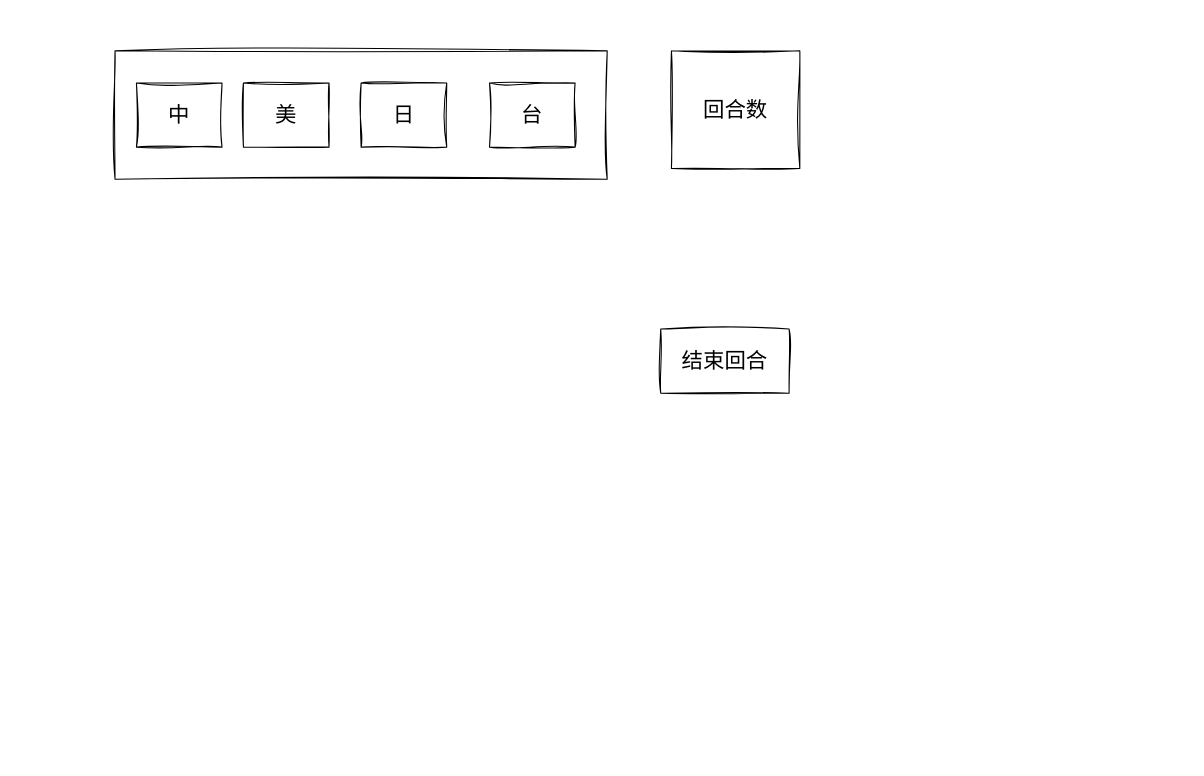
This is todo/board.drawio from hakureiR-eimu/mushiki, a draw.io file, before an edit. Source tidied: cells renumbered, new cells numbered last; positions are measured from the earlier drawing's top-left corner, leaving out a move shared by most shapes. Both pictures are drawn from the tidied source at 107%, with x=0, y=0 at pixel (114, 50).
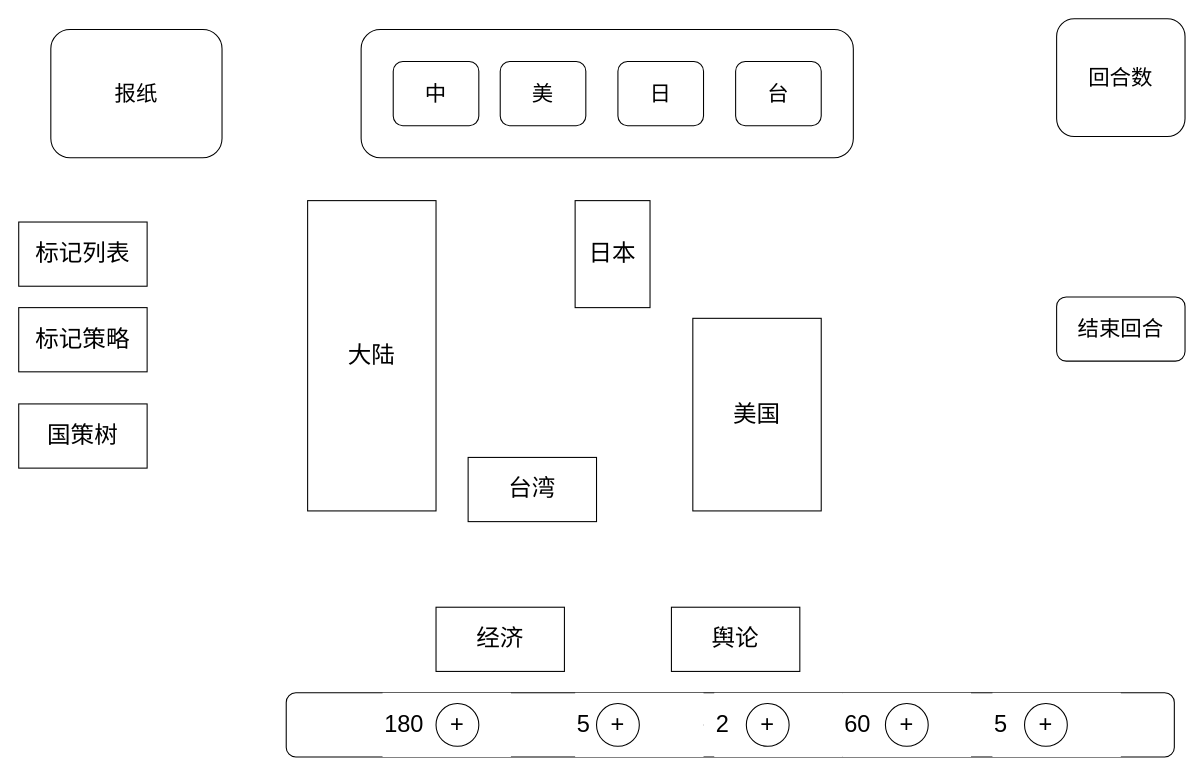
After the change.

What changed in the source:
```diff
@@
-    <mxCell id="2" style="rounded=0;whiteSpace=wrap;html=1;sketch=1;hachureGap=4;jiggle=2;curveFitting=1;fontFamily=Architects Daughter;fontSize=20;" parent="1" vertex="1">
-      <mxGeometry width="460" height="120" as="geometry" />
+    <mxCell id="2" style="rounded=1;whiteSpace=wrap;html=1;hachureGap=4;fontFamily=Architects Daughter;fontSize=20;" parent="1" vertex="1">
+      <mxGeometry x="230" y="-20" width="460" height="120" as="geometry" />
     </mxCell>
-    <mxCell id="3" value="中" style="rounded=0;whiteSpace=wrap;html=1;sketch=1;hachureGap=4;jiggle=2;curveFitting=1;fontFamily=Architects Daughter;fontSize=20;" parent="1" vertex="1">
-      <mxGeometry x="20" y="30" width="80" height="60" as="geometry" />
+    <mxCell id="3" value="中" style="rounded=1;whiteSpace=wrap;html=1;hachureGap=4;fontFamily=Architects Daughter;fontSize=20;" parent="1" vertex="1">
+      <mxGeometry x="260" y="10" width="80" height="60" as="geometry" />
     </mxCell>
-    <mxCell id="4" value="美" style="rounded=0;whiteSpace=wrap;html=1;sketch=1;hachureGap=4;jiggle=2;curveFitting=1;fontFamily=Architects Daughter;fontSize=20;" parent="1" vertex="1">
-      <mxGeometry x="120" y="30" width="80" height="60" as="geometry" />
+    <mxCell id="4" value="美" style="rounded=1;whiteSpace=wrap;html=1;hachureGap=4;fontFamily=Architects Daughter;fontSize=20;" parent="1" vertex="1">
+      <mxGeometry x="360" y="10" width="80" height="60" as="geometry" />
     </mxCell>
-    <mxCell id="5" value="日" style="rounded=0;whiteSpace=wrap;html=1;sketch=1;hachureGap=4;jiggle=2;curveFitting=1;fontFamily=Architects Daughter;fontSize=20;" parent="1" vertex="1">
-      <mxGeometry x="230" y="30" width="80" height="60" as="geometry" />
+    <mxCell id="5" value="日" style="rounded=1;whiteSpace=wrap;html=1;hachureGap=4;fontFamily=Architects Daughter;fontSize=20;" parent="1" vertex="1">
+      <mxGeometry x="470" y="10" width="80" height="60" as="geometry" />
     </mxCell>
-    <mxCell id="6" value="台" style="rounded=0;whiteSpace=wrap;html=1;sketch=1;hachureGap=4;jiggle=2;curveFitting=1;fontFamily=Architects Daughter;fontSize=20;" parent="1" vertex="1">
-      <mxGeometry x="350" y="30" width="80" height="60" as="geometry" />
+    <mxCell id="6" value="台" style="rounded=1;whiteSpace=wrap;html=1;hachureGap=4;fontFamily=Architects Daughter;fontSize=20;" parent="1" vertex="1">
+      <mxGeometry x="580" y="10" width="80" height="60" as="geometry" />
     </mxCell>
-    <mxCell id="7" value="结束回合" style="rounded=0;whiteSpace=wrap;html=1;sketch=1;hachureGap=4;jiggle=2;curveFitting=1;fontFamily=Architects Daughter;fontSize=20;" parent="1" vertex="1">
-      <mxGeometry x="510" y="260" width="120" height="60" as="geometry" />
+    <mxCell id="7" value="结束回合" style="rounded=1;whiteSpace=wrap;html=1;hachureGap=4;fontFamily=Architects Daughter;fontSize=20;" parent="1" vertex="1">
+      <mxGeometry x="880" y="230" width="120" height="60" as="geometry" />
     </mxCell>
-    <mxCell id="8" value="回合数" style="rounded=0;whiteSpace=wrap;html=1;sketch=1;hachureGap=4;jiggle=2;curveFitting=1;fontFamily=Architects Daughter;fontSize=20;" parent="1" vertex="1">
-      <mxGeometry x="520" width="120" height="110" as="geometry" />
+    <mxCell id="8" value="回合数" style="rounded=1;whiteSpace=wrap;html=1;hachureGap=4;fontFamily=Architects Daughter;fontSize=20;" parent="1" vertex="1">
+      <mxGeometry x="880" y="-30" width="120" height="110" as="geometry" />
     </mxCell>
+    <mxCell id="9" style="rounded=1;whiteSpace=wrap;html=1;hachureGap=4;fontFamily=Architects Daughter;fontSize=20;" parent="1" vertex="1">
+      <mxGeometry x="160" y="600" width="830" height="60" as="geometry" />
+    </mxCell>
+    <mxCell id="10" value="报纸" style="rounded=1;whiteSpace=wrap;html=1;hachureGap=4;fontFamily=Architects Daughter;fontSize=20;" parent="1" vertex="1">
+      <mxGeometry x="-60" y="-20" width="160" height="120" as="geometry" />
+    </mxCell>
+    <mxCell id="11" value="&lt;font style=&quot;font-size: 22px;&quot;&gt;经济&lt;/font&gt;" style="rounded=0;whiteSpace=wrap;html=1;" parent="1" vertex="1">
+      <mxGeometry x="300" y="520" width="120" height="60" as="geometry" />
+    </mxCell>
+    <mxCell id="12" value="&lt;font style=&quot;font-size: 22px;&quot;&gt;舆论&lt;/font&gt;" style="rounded=0;whiteSpace=wrap;html=1;" parent="1" vertex="1">
+      <mxGeometry x="520" y="520" width="120" height="60" as="geometry" />
+    </mxCell>
+    <mxCell id="13" value="180" style="rounded=0;whiteSpace=wrap;html=1;fontSize=22;align=left;strokeColor=none;" parent="1" vertex="1">
+      <mxGeometry x="250" y="600" width="120" height="60" as="geometry" />
+    </mxCell>
+    <mxCell id="14" style="edgeStyle=none;rounded=1;html=1;fontSize=22;" parent="1" edge="1" source="15" target="19">
+      <mxGeometry relative="1" as="geometry" />
+    </mxCell>
+    <mxCell id="15" value="5" style="rounded=0;whiteSpace=wrap;html=1;fontSize=22;align=left;strokeColor=none;" parent="1" vertex="1">
+      <mxGeometry x="430" y="600" width="120" height="60" as="geometry" />
+    </mxCell>
+    <mxCell id="16" value="2" style="rounded=0;whiteSpace=wrap;html=1;fontSize=22;align=left;strokeColor=none;" parent="1" vertex="1">
+      <mxGeometry x="560" y="600" width="120" height="60" as="geometry" />
+    </mxCell>
+    <mxCell id="17" value="60" style="rounded=0;whiteSpace=wrap;html=1;fontSize=22;align=left;strokeColor=none;" parent="1" vertex="1">
+      <mxGeometry x="680" y="600" width="120" height="60" as="geometry" />
+    </mxCell>
+    <mxCell id="18" value="+" style="ellipse;whiteSpace=wrap;html=1;rounded=1;fontSize=22;" parent="1" vertex="1">
+      <mxGeometry x="300" y="610" width="40" height="40" as="geometry" />
+    </mxCell>
+    <mxCell id="19" value="+" style="ellipse;whiteSpace=wrap;html=1;rounded=1;fontSize=22;" parent="1" vertex="1">
+      <mxGeometry x="450" y="610" width="40" height="40" as="geometry" />
+    </mxCell>
+    <mxCell id="20" value="+" style="ellipse;whiteSpace=wrap;html=1;rounded=1;fontSize=22;" parent="1" vertex="1">
+      <mxGeometry x="590" y="610" width="40" height="40" as="geometry" />
+    </mxCell>
+    <mxCell id="21" value="5" style="rounded=0;whiteSpace=wrap;html=1;fontSize=22;align=left;strokeColor=none;" parent="1" vertex="1">
+      <mxGeometry x="820" y="600" width="120" height="60" as="geometry" />
+    </mxCell>
+    <mxCell id="22" value="+" style="ellipse;whiteSpace=wrap;html=1;rounded=1;fontSize=22;" parent="1" vertex="1">
+      <mxGeometry x="720" y="610" width="40" height="40" as="geometry" />
+    </mxCell>
+    <mxCell id="23" value="+" style="ellipse;whiteSpace=wrap;html=1;rounded=1;fontSize=22;" parent="1" vertex="1">
+      <mxGeometry x="850" y="610" width="40" height="40" as="geometry" />
+    </mxCell>
+    <mxCell id="24" value="大陆" style="rounded=0;whiteSpace=wrap;html=1;fontSize=22;" parent="1" vertex="1">
+      <mxGeometry x="180" y="140" width="120" height="290" as="geometry" />
+    </mxCell>
+    <mxCell id="25" value="台湾" style="rounded=0;whiteSpace=wrap;html=1;fontSize=22;" parent="1" vertex="1">
+      <mxGeometry x="330" y="380" width="120" height="60" as="geometry" />
+    </mxCell>
+    <mxCell id="26" value="日本" style="rounded=0;whiteSpace=wrap;html=1;fontSize=22;" parent="1" vertex="1">
+      <mxGeometry x="430" y="140" width="70" height="100" as="geometry" />
+    </mxCell>
+    <mxCell id="27" value="美国" style="rounded=0;whiteSpace=wrap;html=1;fontSize=22;" parent="1" vertex="1">
+      <mxGeometry x="540" y="250" width="120" height="180" as="geometry" />
+    </mxCell>
+    <mxCell id="28" value="标记列表" style="rounded=0;whiteSpace=wrap;html=1;fontSize=22;" parent="1" vertex="1">
+      <mxGeometry x="-90" y="160" width="120" height="60" as="geometry" />
+    </mxCell>
+    <mxCell id="29" value="标记策略" style="rounded=0;whiteSpace=wrap;html=1;fontSize=22;" parent="1" vertex="1">
+      <mxGeometry x="-90" y="240" width="120" height="60" as="geometry" />
+    </mxCell>
+    <mxCell id="30" value="国策树" style="rounded=0;whiteSpace=wrap;html=1;fontSize=22;" parent="1" vertex="1">
+      <mxGeometry x="-90" y="330" width="120" height="60" as="geometry" />
+    </mxCell>
```
